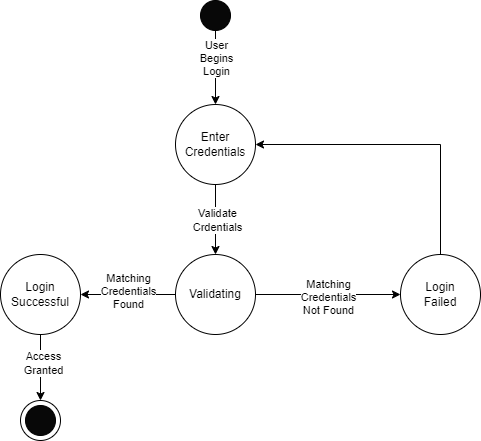
Above: Milestone2/Diagrams/pngs/StateMachine_Login.drawio.png in SENG-350-2024-fall/Team5 (draw.io), before the change. Source tidied: cells renumbered, new cells last; positions are measured from the earlier drawing's top-left corner, leaving out a move shared by most shapes.
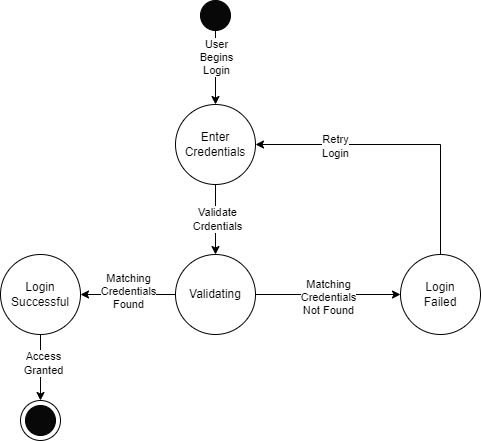
Later version of the same file.

Change to the diagram source:
```diff
@@ -49,6 +49,9 @@
     <mxCell id="16" style="edgeStyle=orthogonalEdgeStyle;rounded=0;jettySize=auto;html=1;exitX=0.5;exitY=0;exitDx=0;exitDy=0;entryX=1;entryY=0.5;entryDx=0;entryDy=0;" parent="1" edge="1" source="17" target="10">
       <mxGeometry relative="1" as="geometry" />
     </mxCell>
+    <mxCell id="21" value="Retry&lt;div&gt;Login&lt;/div&gt;" style="edgeLabel;html=1;align=center;verticalAlign=middle;" parent="16" vertex="1">
+      <mxGeometry x="0.47" y="1" relative="1" as="geometry" />
+    </mxCell>
     <mxCell id="17" value="Login&lt;div&gt;Failed&lt;/div&gt;" style="ellipse;whiteSpace=wrap;html=1;" parent="1" vertex="1">
       <mxGeometry x="400" y="254" width="80" height="80" as="geometry" />
     </mxCell>
```
